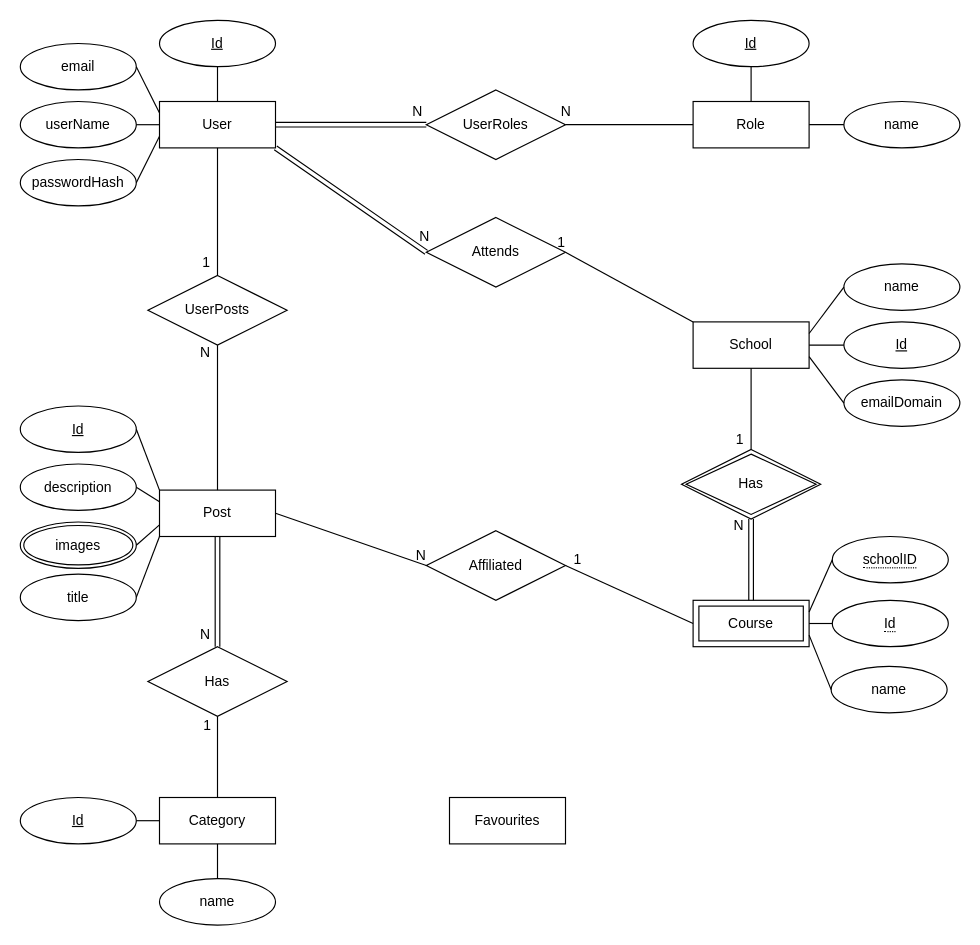
Earlier version of the draw.io diagram Design/UDeal-ERD.drawio (kroyyc/UDeal). Source tidied: cells renumbered, new cells numbered last; positions are measured from the earlier drawing's top-left corner, leaving out a move shared by most shapes. Both pictures are drawn from the tidied source at 116%, with x=0, y=0 at pixel (20, 20).
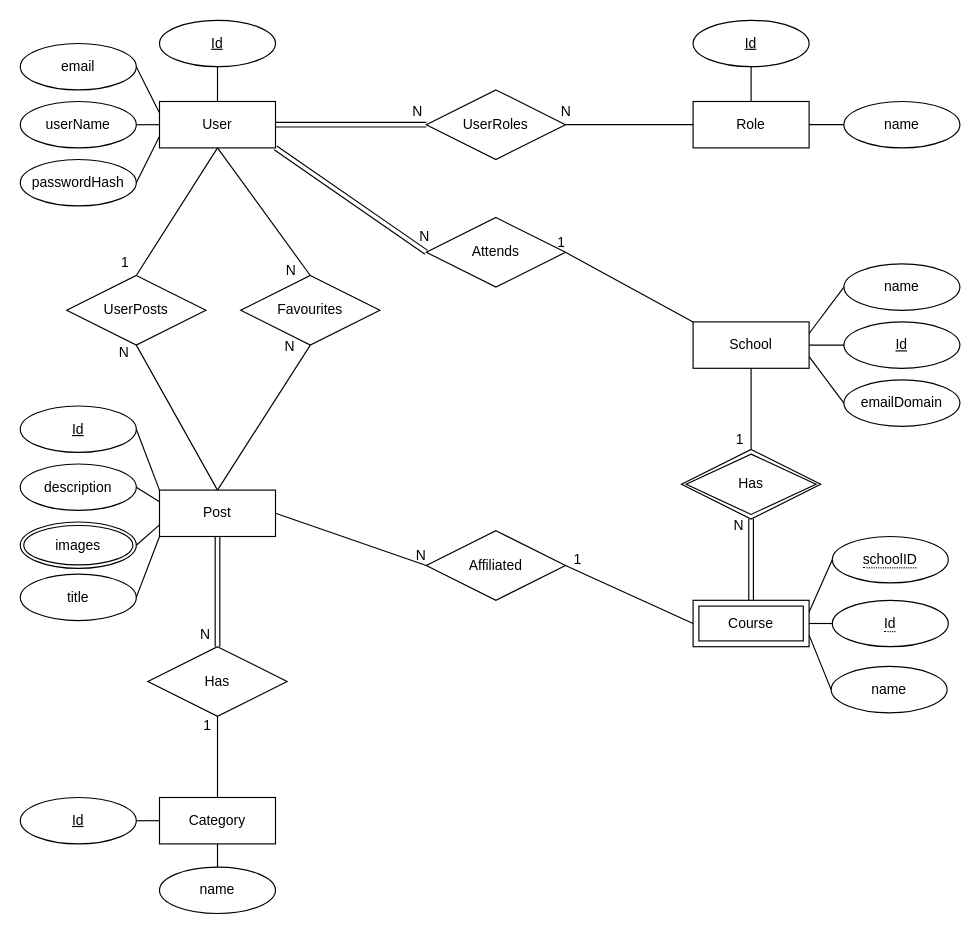
After the change.

The change refers to these unchanged cells:
```xml
<mxCell id="2" value="User" style="whiteSpace=wrap;html=1;align=center;" parent="1" vertex="1">
  <mxGeometry x="120" y="70" width="100" height="40" as="geometry" />
</mxCell>
<mxCell id="10" value="Post" style="whiteSpace=wrap;html=1;align=center;" parent="1" vertex="1">
  <mxGeometry x="120" y="405" width="100" height="40" as="geometry" />
</mxCell>
```

What changed in the source:
```diff
@@
-    <mxCell id="11" value="Favourites" style="whiteSpace=wrap;html=1;align=center;" parent="1" vertex="1">
-      <mxGeometry x="370" y="670" width="100" height="40" as="geometry" />
-    </mxCell>
@@
     <mxCell id="36" value="UserPosts" style="shape=rhombus;perimeter=rhombusPerimeter;whiteSpace=wrap;html=1;align=center;" parent="1" vertex="1">
-      <mxGeometry x="110" y="220" width="120" height="60" as="geometry" />
+      <mxGeometry x="40" y="220" width="120" height="60" as="geometry" />
     </mxCell>
@@
     <mxCell id="73" value="name" style="ellipse;whiteSpace=wrap;html=1;align=center;" parent="1" vertex="1">
-      <mxGeometry x="120" y="740" width="100" height="40" as="geometry" />
+      <mxGeometry x="120" y="730" width="100" height="40" as="geometry" />
     </mxCell>
@@
+    <mxCell id="11" value="Favourites" style="shape=rhombus;perimeter=rhombusPerimeter;whiteSpace=wrap;html=1;align=center;" parent="1" vertex="1">
+      <mxGeometry x="190" y="220" width="120" height="60" as="geometry" />
+    </mxCell>
+    <mxCell id="76" style="endArrow=none;html=1;rounded=0;exitX=0.5;exitY=0;exitDx=0;exitDy=0;entryX=0.5;entryY=1;entryDx=0;entryDy=0;" parent="1" edge="1" source="10" target="11">
+      <mxGeometry relative="1" as="geometry" />
+    </mxCell>
+    <mxCell id="77" value="N" style="html=1;align=right;verticalAlign=bottom;" parent="76" vertex="1">
+      <mxGeometry x="1" relative="1" as="geometry">
+        <mxPoint x="-13" y="10" as="offset" />
+      </mxGeometry>
+    </mxCell>
+    <mxCell id="78" style="endArrow=none;html=1;rounded=0;exitX=0.5;exitY=1;exitDx=0;exitDy=0;entryX=0.5;entryY=0;entryDx=0;entryDy=0;" parent="1" edge="1" source="2" target="11">
+      <mxGeometry relative="1" as="geometry" />
+    </mxCell>
+    <mxCell id="79" value="N" style="html=1;align=right;verticalAlign=bottom;" parent="78" vertex="1">
+      <mxGeometry x="1" relative="1" as="geometry">
+        <mxPoint x="-12" y="4" as="offset" />
+      </mxGeometry>
+    </mxCell>
```
